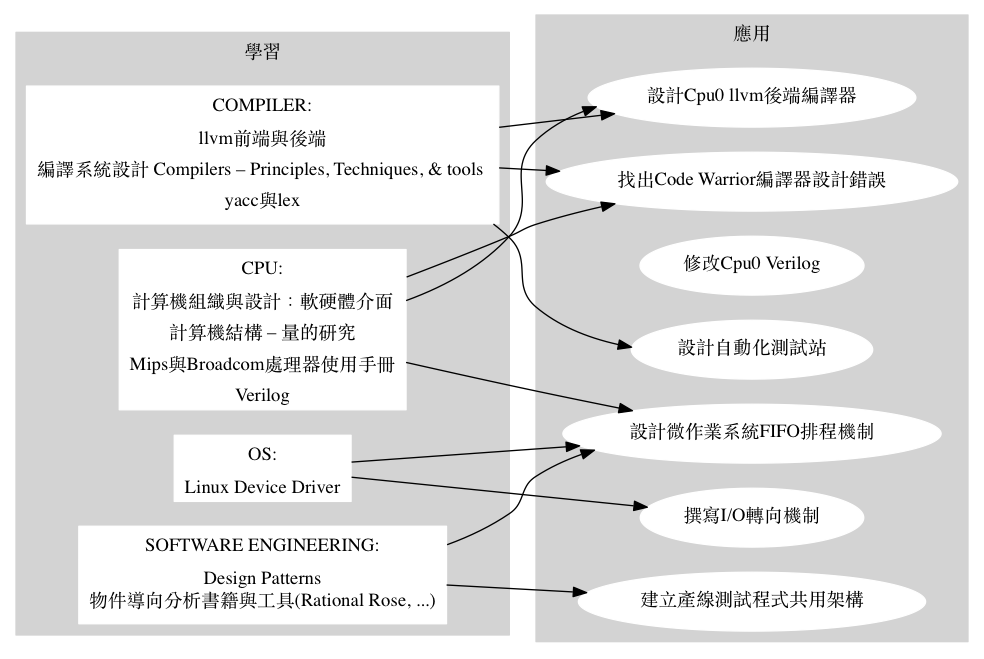
The Graphviz diagram images/study_and_apply_ch1.png in Jonathan2251/ws, before a commit. Its source is kept beside it as images/study_and_apply_ch1.gv.
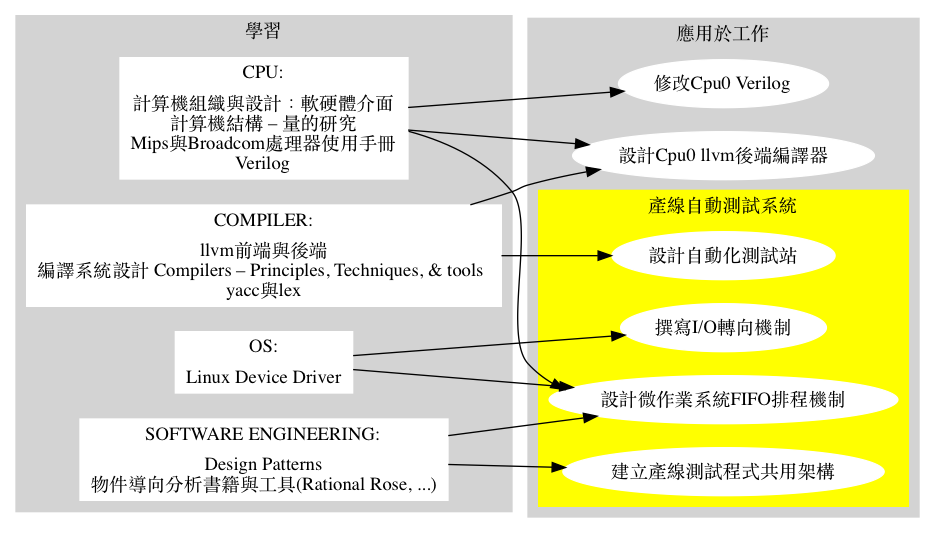
The same file after the commit.

What changed in the source:
```diff
@@ -14,20 +14,22 @@
   subgraph cluster_1 {
     style=filled;
     color=lightgrey;
-    label = "應用";
-    node [style=filled,color=white]; codewarrior [label="找出Code Warrior編譯器設計錯誤"];
-    node [style=filled,color=white]; tinyos [label="設計微作業系統FIFO排程機制"];
+    label = "應用於工作";
     node [style=filled,color=white]; verilog [label="修改Cpu0 Verilog"];
     node [style=filled,color=white]; backend [label="設計Cpu0 llvm後端編譯器"];
-    node [style=filled,color=white]; teststation [label="設計自動化測試站"];
-    node [style=filled,color=white]; io [label="撰寫I/O轉向機制"];
-    node [style=filled,color=white]; bltc [label="建立產線測試程式共用架構"];
+    subgraph cluster_1_1 {
+      color=yellow;
+      label = "產線自動測試系統";
+      node [style=filled,color=white]; tinyos [label="設計微作業系統FIFO排程機制"];
+      node [style=filled,color=white]; teststation [label="設計自動化測試站"];
+      node [style=filled,color=white]; io [label="撰寫I/O轉向機制"];
+      node [style=filled,color=white]; bltc [label="建立產線測試程式共用架構"];
+    }
   }
-  CPU -> codewarrior;
+  CPU -> verilog;
   CPU -> tinyos;
   CPU -> backend;
   COMPILER -> backend;
-  COMPILER -> codewarrior;
   COMPILER -> teststation;
   OS -> tinyos;
   OS -> io;
```
